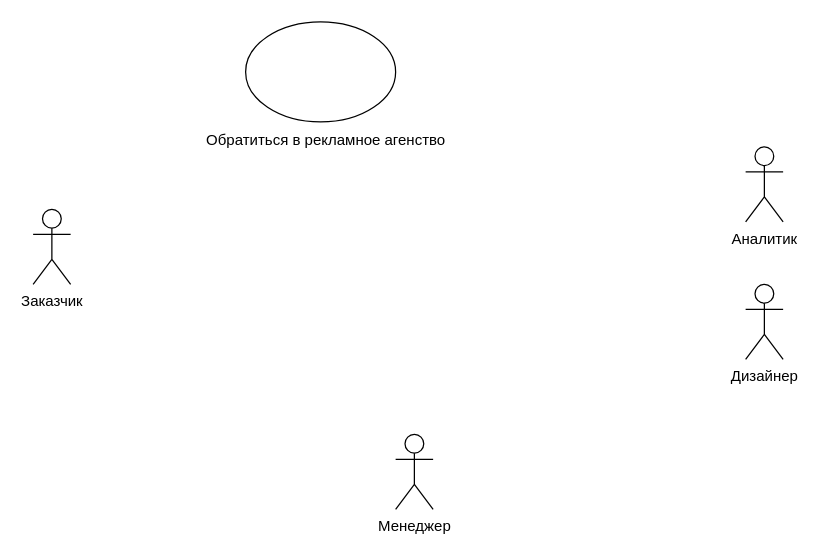
The draw.io diagram acms3.drawio in v-tempe/draw.io, before the edit. Source tidied: cells renumbered, new cells numbered last; positions are measured from the earlier drawing's top-left corner, leaving out a move shared by most shapes. Both pictures are drawn from the tidied source at 125%, with x=0, y=0 at pixel (32, 21).
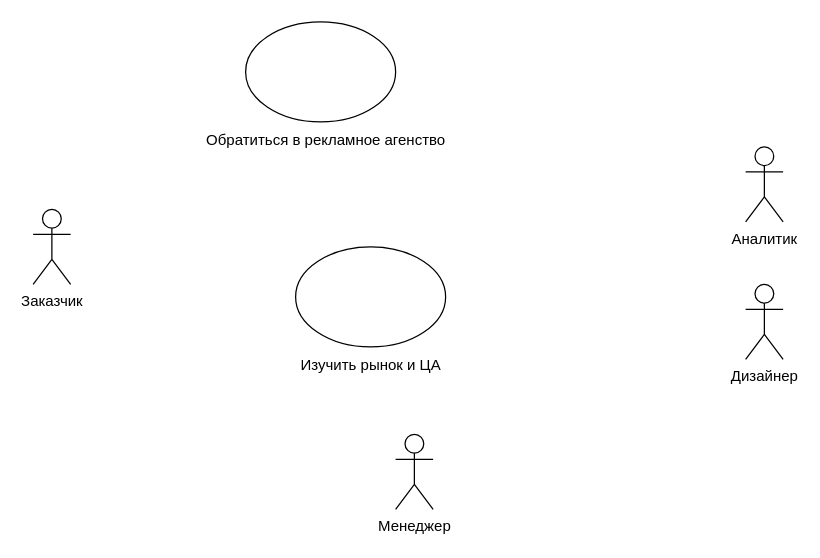
Above is the later version.

The edit, as a diff of the source:
```diff
@@
 <mxGraphModel>
   <root>
     <mxCell id="0" />
     <mxCell id="1" parent="0" />
     <mxCell id="2" value="Заказчик" style="shape=umlActor;verticalLabelPosition=bottom;verticalAlign=top;html=1;" parent="1" vertex="1">
       <mxGeometry y="150" width="30" height="60" as="geometry" />
     </mxCell>
     <mxCell id="3" value="Дизайнер" style="shape=umlActor;verticalLabelPosition=bottom;verticalAlign=top;html=1;" parent="1" vertex="1">
       <mxGeometry x="570" y="210" width="30" height="60" as="geometry" />
     </mxCell>
     <mxCell id="4" value="Менеджер" style="shape=umlActor;verticalLabelPosition=bottom;verticalAlign=top;html=1;" parent="1" vertex="1">
       <mxGeometry x="290" y="330" width="30" height="60" as="geometry" />
     </mxCell>
     <mxCell id="5" value="Аналитик" style="shape=umlActor;verticalLabelPosition=bottom;verticalAlign=top;html=1;" parent="1" vertex="1">
       <mxGeometry x="570" y="100" width="30" height="60" as="geometry" />
     </mxCell>
     <mxCell id="6" style="ellipse;whiteSpace=wrap;html=1;" parent="1" vertex="1">
       <mxGeometry x="170" width="120" height="80" as="geometry" />
     </mxCell>
     <mxCell id="7" value="Обратиться в рекламное агенство" style="text;html=1;align=center;verticalAlign=middle;strokeColor=none;fillColor=none;" parent="1" vertex="1">
       <mxGeometry x="124" y="80" width="220" height="30" as="geometry" />
     </mxCell>
+    <mxCell id="8" style="ellipse;whiteSpace=wrap;html=1;" parent="1" vertex="1">
+      <mxGeometry x="210" y="180" width="120" height="80" as="geometry" />
+    </mxCell>
+    <mxCell id="9" value="Изучить рынок и ЦА" style="text;html=1;align=center;verticalAlign=middle;strokeColor=none;fillColor=none;" parent="1" vertex="1">
+      <mxGeometry x="200" y="260" width="140" height="30" as="geometry" />
+    </mxCell>
   </root>
 </mxGraphModel>
```
